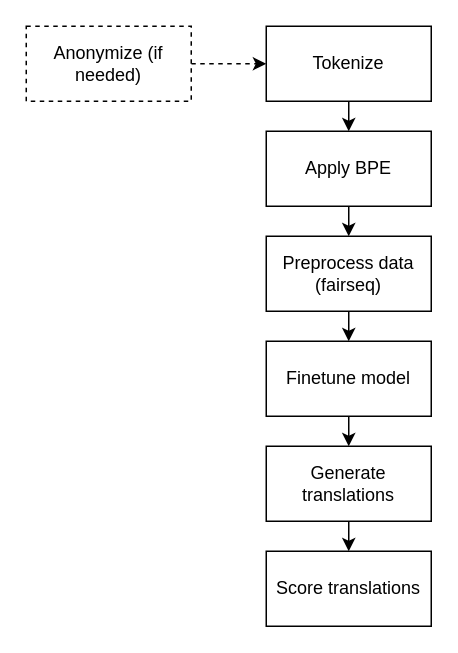
Above: figures/pipeline.drawio in llangeveld/master-thesis (draw.io), before the change. Source tidied: cells renumbered, new cells numbered last; positions are measured from the earlier drawing's top-left corner, leaving out a move shared by most shapes. Both pictures are drawn from the tidied source at 150%, with x=0, y=0 at pixel (26, 26).
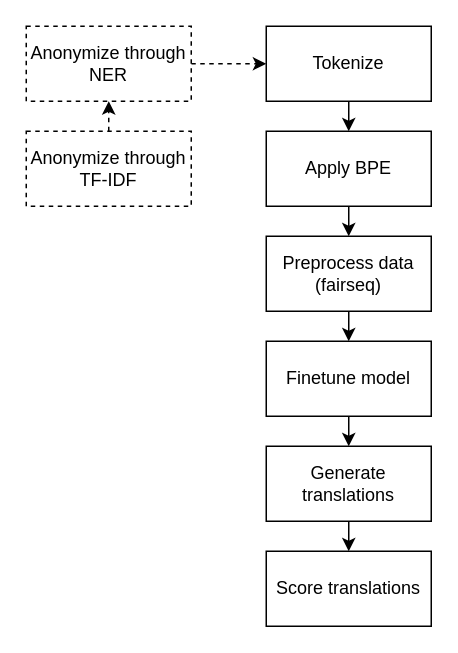
After the change.

Commit message (it also covers changes not shown here):
Update pipeline-figure

The edit, as a diff of the source:
```diff
@@
 <mxGraphModel>
   <root>
     <mxCell id="0" />
     <mxCell id="1" parent="0" />
     <mxCell id="2" style="edgeStyle=orthogonalEdgeStyle;rounded=0;jettySize=auto;html=1;exitX=1;exitY=0.5;exitDx=0;exitDy=0;entryX=0;entryY=0.5;entryDx=0;entryDy=0;fontFamily=Helvetica;dashed=1;" parent="1" edge="1" source="3" target="5">
       <mxGeometry relative="1" as="geometry" />
     </mxCell>
-    <mxCell id="3" value="Anonymize (if needed)" style="rounded=0;whiteSpace=wrap;html=1;dashed=1;" parent="1" vertex="1">
+    <mxCell id="3" value="Anonymize through NER" style="rounded=0;whiteSpace=wrap;html=1;dashed=1;" parent="1" vertex="1">
       <mxGeometry width="110" height="50" as="geometry" />
     </mxCell>
     <mxCell id="4" style="edgeStyle=orthogonalEdgeStyle;rounded=0;jettySize=auto;html=1;exitX=0.5;exitY=1;exitDx=0;exitDy=0;entryX=0.5;entryY=0;entryDx=0;entryDy=0;fontFamily=Helvetica;" parent="1" edge="1" source="5" target="7">
       <mxGeometry relative="1" as="geometry" />
     </mxCell>
     <mxCell id="5" value="Tokenize" style="rounded=0;whiteSpace=wrap;html=1;" parent="1" vertex="1">
       <mxGeometry x="160" width="110" height="50" as="geometry" />
     </mxCell>
     <mxCell id="6" style="edgeStyle=orthogonalEdgeStyle;rounded=0;jettySize=auto;html=1;exitX=0.5;exitY=1;exitDx=0;exitDy=0;entryX=0.5;entryY=0;entryDx=0;entryDy=0;fontFamily=Helvetica;" parent="1" edge="1" source="7" target="9">
       <mxGeometry relative="1" as="geometry" />
     </mxCell>
     <mxCell id="7" value="Apply BPE" style="rounded=0;whiteSpace=wrap;html=1;" parent="1" vertex="1">
       <mxGeometry x="160" y="70" width="110" height="50" as="geometry" />
     </mxCell>
     <mxCell id="8" style="edgeStyle=orthogonalEdgeStyle;rounded=0;jettySize=auto;html=1;exitX=0.5;exitY=1;exitDx=0;exitDy=0;entryX=0.5;entryY=0;entryDx=0;entryDy=0;fontFamily=Helvetica;" parent="1" edge="1" source="9" target="11">
       <mxGeometry relative="1" as="geometry" />
     </mxCell>
     <mxCell id="9" value="Preprocess data (fairseq)" style="rounded=0;whiteSpace=wrap;html=1;" parent="1" vertex="1">
       <mxGeometry x="160" y="140" width="110" height="50" as="geometry" />
     </mxCell>
     <mxCell id="10" style="edgeStyle=orthogonalEdgeStyle;rounded=0;jettySize=auto;html=1;exitX=0.5;exitY=1;exitDx=0;exitDy=0;entryX=0.5;entryY=0;entryDx=0;entryDy=0;fontFamily=Helvetica;" parent="1" edge="1" source="11" target="13">
       <mxGeometry relative="1" as="geometry" />
     </mxCell>
     <mxCell id="11" value="Finetune model" style="rounded=0;whiteSpace=wrap;html=1;" parent="1" vertex="1">
       <mxGeometry x="160" y="210" width="110" height="50" as="geometry" />
     </mxCell>
     <mxCell id="12" style="edgeStyle=orthogonalEdgeStyle;rounded=0;jettySize=auto;html=1;exitX=0.5;exitY=1;exitDx=0;exitDy=0;entryX=0.5;entryY=0;entryDx=0;entryDy=0;fontFamily=Helvetica;" parent="1" edge="1" source="13" target="14">
       <mxGeometry relative="1" as="geometry" />
     </mxCell>
     <mxCell id="13" value="Generate translations" style="rounded=0;whiteSpace=wrap;html=1;" parent="1" vertex="1">
       <mxGeometry x="160" y="280" width="110" height="50" as="geometry" />
     </mxCell>
     <mxCell id="14" value="Score translations" style="rounded=0;whiteSpace=wrap;html=1;" parent="1" vertex="1">
       <mxGeometry x="160" y="350" width="110" height="50" as="geometry" />
     </mxCell>
+    <mxCell id="15" style="edgeStyle=orthogonalEdgeStyle;rounded=0;jettySize=auto;html=1;exitX=0.5;exitY=0;exitDx=0;exitDy=0;entryX=0.5;entryY=1;entryDx=0;entryDy=0;dashed=1;fontFamily=Helvetica;" parent="1" edge="1" source="16" target="3">
+      <mxGeometry relative="1" as="geometry" />
+    </mxCell>
+    <mxCell id="16" value="Anonymize through TF-IDF" style="rounded=0;whiteSpace=wrap;html=1;dashed=1;" parent="1" vertex="1">
+      <mxGeometry y="70" width="110" height="50" as="geometry" />
+    </mxCell>
   </root>
 </mxGraphModel>
```
